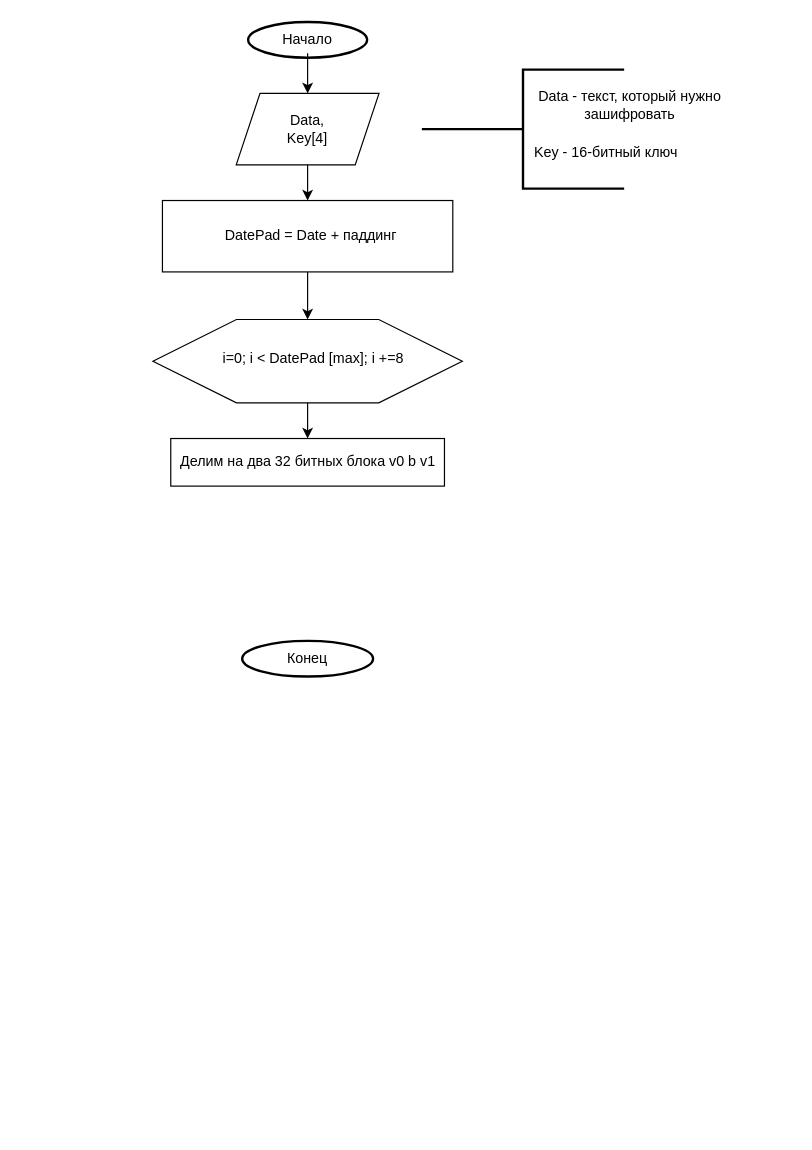
Above: Блок_схема_шифрования TEA.drawio in EvAnGEL0/databases (draw.io), before the change. Source tidied: cells renumbered, new cells numbered last; positions are measured from the earlier drawing's top-left corner, leaving out a move shared by most shapes. Both pictures are drawn from the tidied source at 119%, with x=0, y=0 at pixel (75, 21).
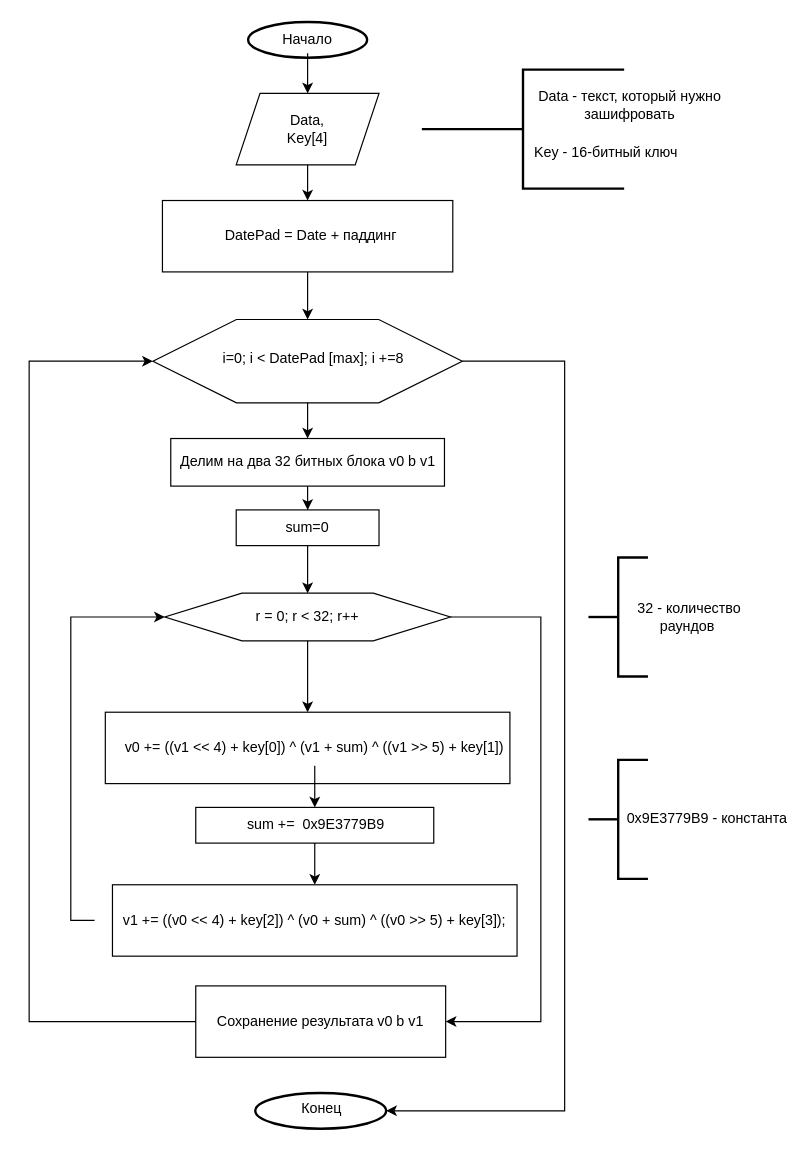
After the change.

Unchanged cells that the change refers to:
```xml
<mxCell id="6" style="strokeWidth=2;html=1;shape=mxgraph.flowchart.start_2;whiteSpace=wrap;" parent="5" vertex="1">
  <mxGeometry width="110" height="30" as="geometry" />
</mxCell>
<mxCell id="16" style="verticalLabelPosition=bottom;verticalAlign=top;html=1;shape=hexagon;perimeter=hexagonPerimeter2;arcSize=6;size=0.27;" parent="15" vertex="1">
  <mxGeometry x="-80" width="260" height="70" as="geometry" />
</mxCell>
<mxCell id="25" style="whiteSpace=wrap;html=1;verticalAlign=top;arcSize=6;" parent="24" vertex="1">
  <mxGeometry x="80" width="230" height="40" as="geometry" />
</mxCell>
```

Diff of the diagram source:
```diff
@@
     <mxCell id="5" style="group;" parent="1" vertex="1">
-      <mxGeometry x="140" y="520" width="110" height="30" as="geometry" />
+      <mxGeometry x="151" y="900" width="110" height="30" as="geometry" />
     </mxCell>
@@
     <mxCell id="7" value="Конец" style="text;html=1;whiteSpace=wrap;strokeColor=none;fillColor=none;align=center;verticalAlign=middle;rounded=0;" parent="5" vertex="1">
-      <mxGeometry x="22" y="3.8" width="66" height="22.5" as="geometry" />
+      <mxGeometry x="22" width="68" height="26.2" as="geometry" />
     </mxCell>
@@
+    <mxCell id="27" style="edgeStyle=orthogonalEdgeStyle;rounded=0;jettySize=auto;html=1;" parent="1" edge="1" source="25" target="29">
+      <mxGeometry relative="1" as="geometry" />
+    </mxCell>
+    <mxCell id="28" style="group;" parent="1" vertex="1">
+      <mxGeometry x="135" y="410" width="120" height="30" as="geometry" />
+    </mxCell>
+    <mxCell id="29" style="whiteSpace=wrap;html=1;verticalAlign=top;arcSize=6;" parent="28" vertex="1">
+      <mxGeometry width="120" height="30" as="geometry" />
+    </mxCell>
+    <mxCell id="30" value="sum=0" style="text;html=1;whiteSpace=wrap;strokeColor=none;fillColor=none;align=center;verticalAlign=middle;rounded=0;" parent="28" vertex="1">
+      <mxGeometry x="30" y="7.5" width="60" height="15" as="geometry" />
+    </mxCell>
+    <mxCell id="31" style="edgeStyle=orthogonalEdgeStyle;rounded=0;jettySize=auto;html=1;exitX=0.5;exitY=1;exitDx=0;exitDy=0;entryX=0.5;entryY=0;entryDx=0;entryDy=0;" parent="1" edge="1" source="29" target="37">
+      <mxGeometry relative="1" as="geometry" />
+    </mxCell>
+    <mxCell id="32" style="edgeStyle=orthogonalEdgeStyle;rounded=0;jettySize=auto;html=1;" parent="1" edge="1" source="38" target="33">
+      <mxGeometry relative="1" as="geometry" />
+    </mxCell>
+    <mxCell id="33" style="whiteSpace=wrap;html=1;" parent="1" vertex="1">
+      <mxGeometry x="25" y="580" width="340" height="60" as="geometry" />
+    </mxCell>
+    <mxCell id="34" style="edgeStyle=orthogonalEdgeStyle;rounded=0;jettySize=auto;html=1;" parent="1" edge="1" source="35" target="43">
+      <mxGeometry relative="1" as="geometry" />
+    </mxCell>
+    <mxCell id="35" value="v0 += ((v1 &amp;lt;&amp;lt; 4) + key[0]) ^ (v1 + sum) ^ ((v1 &amp;gt;&amp;gt; 5) + key[1])" style="text;html=1;whiteSpace=wrap;strokeColor=none;fillColor=none;align=center;verticalAlign=middle;rounded=0;" parent="1" vertex="1">
+      <mxGeometry x="31" y="595" width="340" height="30" as="geometry" />
+    </mxCell>
+    <mxCell id="36" style="group;" parent="1" vertex="1">
+      <mxGeometry x="75" y="480" width="240" height="40" as="geometry" />
+    </mxCell>
+    <mxCell id="37" style="verticalLabelPosition=bottom;verticalAlign=top;html=1;shape=hexagon;perimeter=hexagonPerimeter2;arcSize=6;size=0.27;" parent="36" vertex="1">
+      <mxGeometry width="240" height="40" as="geometry" />
+    </mxCell>
+    <mxCell id="38" value="r = 0; r &amp;lt; 32; r++" style="text;html=1;whiteSpace=wrap;strokeColor=none;fillColor=none;align=center;verticalAlign=middle;rounded=0;" parent="36" vertex="1">
+      <mxGeometry x="60" y="5" width="120" height="30" as="geometry" />
+    </mxCell>
+    <mxCell id="39" style="group;" parent="1" vertex="1">
+      <mxGeometry x="431" y="450" width="130" height="100" as="geometry" />
+    </mxCell>
+    <mxCell id="40" style="strokeWidth=2;html=1;shape=mxgraph.flowchart.annotation_2;align=left;labelPosition=right;" parent="39" vertex="1">
+      <mxGeometry width="50" height="100" as="geometry" />
+    </mxCell>
+    <mxCell id="41" value="32 - количество раундов&amp;nbsp;" style="text;html=1;whiteSpace=wrap;strokeColor=none;fillColor=none;align=center;verticalAlign=middle;rounded=0;" parent="39" vertex="1">
+      <mxGeometry x="40" y="27.5" width="90" height="45" as="geometry" />
+    </mxCell>
+    <mxCell id="42" style="group;" parent="1" vertex="1">
+      <mxGeometry x="101" y="660" width="200" height="30" as="geometry" />
+    </mxCell>
+    <mxCell id="43" style="whiteSpace=wrap;html=1;" parent="42" vertex="1">
+      <mxGeometry width="200" height="30" as="geometry" />
+    </mxCell>
+    <mxCell id="44" value="&amp;nbsp;sum +=&amp;nbsp;&amp;nbsp;0x9E3779B9" style="text;html=1;whiteSpace=wrap;strokeColor=none;fillColor=none;align=center;verticalAlign=middle;rounded=0;" parent="42" vertex="1">
+      <mxGeometry x="34.3" y="7.5" width="131.4" height="15" as="geometry" />
+    </mxCell>
+    <mxCell id="45" style="edgeStyle=orthogonalEdgeStyle;rounded=0;jettySize=auto;html=1;" parent="1" edge="1" source="43" target="47">
+      <mxGeometry relative="1" as="geometry" />
+    </mxCell>
+    <mxCell id="46" style="group;" parent="1" vertex="1">
+      <mxGeometry x="16" y="725" width="370" height="60" as="geometry" />
+    </mxCell>
+    <mxCell id="47" style="whiteSpace=wrap;html=1;" parent="46" vertex="1">
+      <mxGeometry x="15" width="340" height="60" as="geometry" />
+    </mxCell>
+    <mxCell id="48" value="v1 += ((v0 &amp;lt;&amp;lt; 4) + key[2]) ^ (v0 + sum) ^ ((v0 &amp;gt;&amp;gt; 5) + key[3]);" style="text;html=1;whiteSpace=wrap;strokeColor=none;fillColor=none;align=center;verticalAlign=middle;rounded=0;" parent="46" vertex="1">
+      <mxGeometry y="15" width="370" height="30" as="geometry" />
+    </mxCell>
+    <mxCell id="49" style="strokeWidth=2;html=1;shape=mxgraph.flowchart.annotation_2;align=left;labelPosition=right;" parent="1" vertex="1">
+      <mxGeometry x="431" y="620" width="50" height="100" as="geometry" />
+    </mxCell>
+    <mxCell id="50" value="0x9E3779B9 - константа" style="text;html=1;whiteSpace=wrap;strokeColor=none;fillColor=none;align=center;verticalAlign=middle;rounded=0;" parent="1" vertex="1">
+      <mxGeometry x="461" y="655" width="140" height="30" as="geometry" />
+    </mxCell>
+    <mxCell id="51" style="edgeStyle=orthogonalEdgeStyle;rounded=0;jettySize=auto;html=1;exitX=0;exitY=0.5;exitDx=0;exitDy=0;entryX=0;entryY=0.5;entryDx=0;entryDy=0;" parent="1" edge="1" source="48" target="37">
+      <mxGeometry relative="1" as="geometry" />
+    </mxCell>
+    <mxCell id="52" style="edgeStyle=orthogonalEdgeStyle;rounded=0;jettySize=auto;html=1;exitX=1;exitY=0.5;exitDx=0;exitDy=0;" parent="1" edge="1" source="37" target="54">
+      <mxGeometry relative="1" as="geometry">
+        <Array as="points">
+          <mxPoint x="391" y="500" />
+          <mxPoint x="391" y="840" />
+        </Array>
+      </mxGeometry>
+    </mxCell>
+    <mxCell id="53" style="group;" parent="1" vertex="1">
+      <mxGeometry x="31" y="810" width="340" height="60" as="geometry" />
+    </mxCell>
+    <mxCell id="54" style="rounded=0;whiteSpace=wrap;html=1;" parent="53" vertex="1">
+      <mxGeometry x="70" width="210" height="60" as="geometry" />
+    </mxCell>
+    <mxCell id="55" value="Сохранение результата v0 b v1" style="text;html=1;whiteSpace=wrap;strokeColor=none;fillColor=none;align=center;verticalAlign=middle;rounded=0;" parent="53" vertex="1">
+      <mxGeometry x="70" y="15" width="210" height="30" as="geometry" />
+    </mxCell>
+    <mxCell id="56" style="edgeStyle=orthogonalEdgeStyle;rounded=0;jettySize=auto;html=1;entryX=0;entryY=0.5;entryDx=0;entryDy=0;" parent="1" edge="1" source="54" target="16">
+      <mxGeometry relative="1" as="geometry">
+        <Array as="points">
+          <mxPoint x="-39" y="840" />
+          <mxPoint x="-39" y="285" />
+        </Array>
+      </mxGeometry>
+    </mxCell>
+    <mxCell id="57" style="edgeStyle=orthogonalEdgeStyle;rounded=0;jettySize=auto;html=1;exitX=1;exitY=0.5;exitDx=0;exitDy=0;entryX=1;entryY=0.5;entryDx=0;entryDy=0;entryPerimeter=0;" parent="1" edge="1" source="16" target="6">
+      <mxGeometry relative="1" as="geometry">
+        <Array as="points">
+          <mxPoint x="411" y="285" />
+          <mxPoint x="411" y="915" />
+        </Array>
+      </mxGeometry>
+    </mxCell>
```
